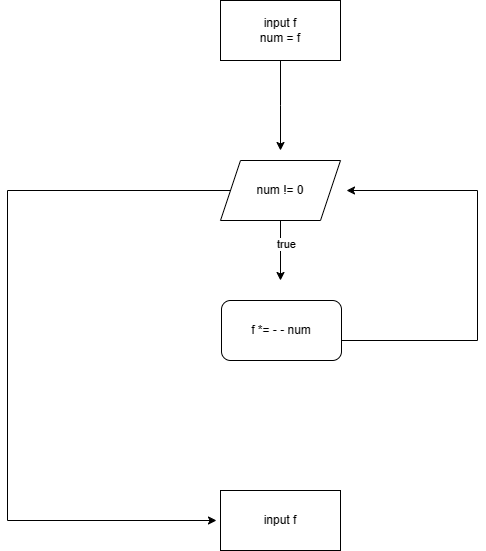
Before: Loop7.png, a diagram exported from draw.io (junHyeokP/Algorithm). Source tidied: cells renumbered, new cells last; positions are measured from the earlier drawing's top-left corner, leaving out a move shared by most shapes.
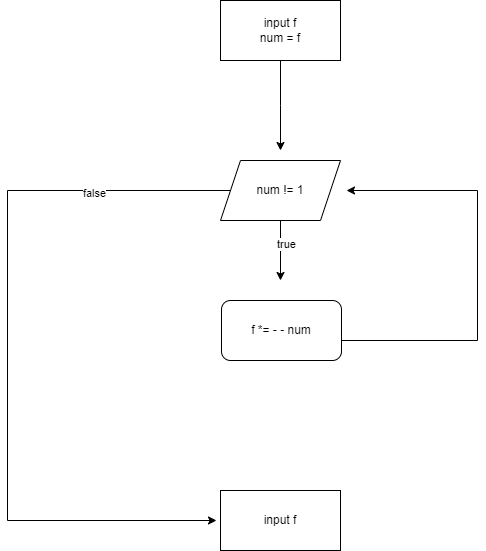
The same file after the commit.

What changed in the source:
```diff
@@ -26,7 +26,10 @@
         </Array>
       </mxGeometry>
     </mxCell>
+    <mxCell id="11" value="false" style="edgeLabel;html=1;align=center;verticalAlign=middle;" parent="6" vertex="1">
+      <mxGeometry x="-0.64" y="2" relative="1" as="geometry" />
+    </mxCell>
-    <mxCell id="7" value="num != 0" style="shape=parallelogram;perimeter=parallelogramPerimeter;whiteSpace=wrap;html=1;fixedSize=1;" parent="1" vertex="1">
+    <mxCell id="7" value="num != 1" style="shape=parallelogram;perimeter=parallelogramPerimeter;whiteSpace=wrap;html=1;fixedSize=1;" parent="1" vertex="1">
       <mxGeometry x="213" y="160" width="120" height="60" as="geometry" />
     </mxCell>
     <mxCell id="8" style="edgeStyle=orthogonalEdgeStyle;rounded=0;jettySize=auto;html=1;exitX=1;exitY=0.5;exitDx=0;exitDy=0;" parent="1" edge="1" source="9">
```
